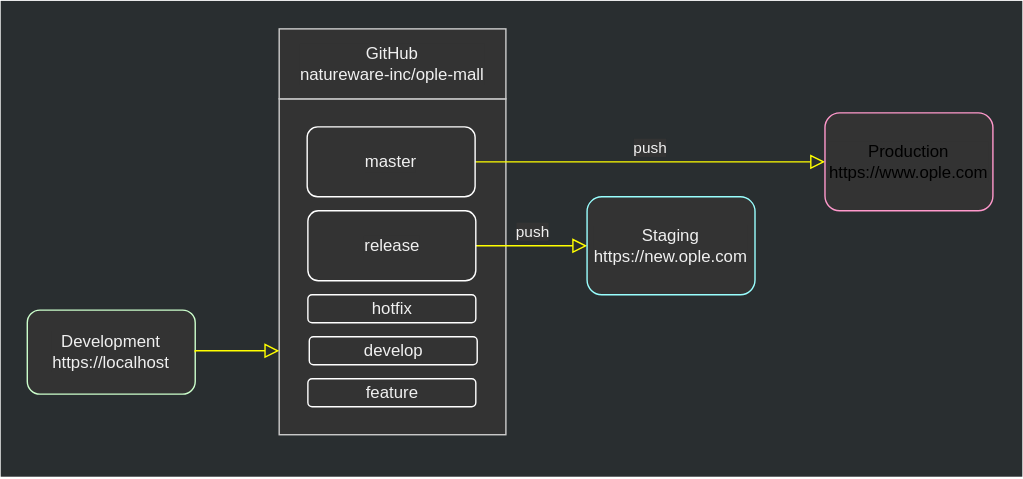
jiholee-ntwglobal/jiholee-ntwglobal.github.io keeps this draw.io diagram as assets/.draw.io/references/ople-git-flow.svg. Above is the earlier version. Source tidied: cells renumbered, new cells last; positions are measured from the earlier drawing's top-left corner, leaving out a move shared by most shapes.
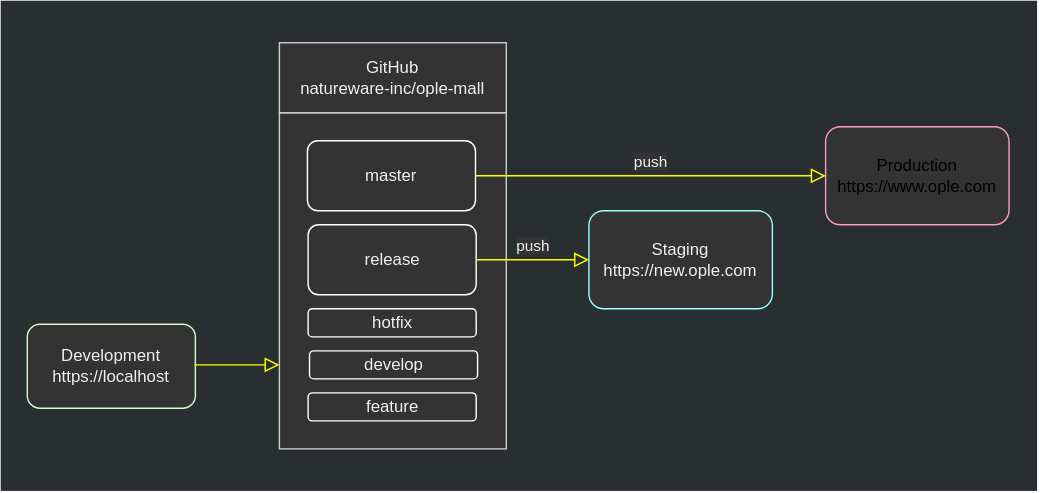
Later version of the same file.

What changed in the source:
```diff
@@ -2,8 +2,13 @@
   <root>
     <mxCell id="0" />
     <mxCell id="1" parent="0" />
+    <mxCell id="16" style="edgeStyle=orthogonalEdgeStyle;rounded=0;jettySize=auto;html=1;exitX=1;exitY=0.5;exitDx=0;exitDy=0;labelBackgroundColor=#333333;strokeColor=#FFFF00;fontColor=#F0F0F0;" parent="1" edge="1" source="2">
+      <mxGeometry relative="1" as="geometry">
+        <mxPoint x="730.3" y="170.2" as="targetPoint" />
+      </mxGeometry>
+    </mxCell>
     <mxCell id="2" style="rounded=0;whiteSpace=wrap;html=1;labelBackgroundColor=#333333;fontColor=#F0F0F0;strokeColor=none;fillColor=#292E30;" parent="1" vertex="1">
-      <mxGeometry width="730" height="340" as="geometry" />
+      <mxGeometry y="-10" width="740" height="350" as="geometry" />
     </mxCell>
     <mxCell id="3" style="rounded=0;whiteSpace=wrap;html=1;fontColor=#F0F0F0;labelBackgroundColor=#333333;fillColor=#333333;strokeColor=#CCCCCC;" parent="1" vertex="1">
       <mxGeometry x="199" y="70" width="162" height="240" as="geometry" />
@@ -12,13 +17,13 @@
       <mxGeometry y="10" relative="1" as="geometry" />
     </mxCell>
     <mxCell id="5" value="Staging&lt;br&gt;https://new.ople.com" style="rounded=1;whiteSpace=wrap;html=1;fontSize=12;glass=0;strokeWidth=1;shadow=0;fontColor=#F0F0F0;labelBackgroundColor=#333333;fillColor=#333333;strokeColor=#99FFFF;" parent="1" vertex="1">
-      <mxGeometry x="419" y="140" width="120" height="70" as="geometry" />
+      <mxGeometry x="420" y="140" width="131" height="70" as="geometry" />
     </mxCell>
     <mxCell id="6" value="push" style="edgeStyle=orthogonalEdgeStyle;rounded=0;html=1;jettySize=auto;fontSize=11;endArrow=block;endFill=0;endSize=8;strokeWidth=1;shadow=0;labelBackgroundColor=#333333;exitX=1;exitY=0.5;exitDx=0;exitDy=0;fontColor=#F0F0F0;strokeColor=#FFFF00;" parent="1" edge="1" source="9" target="7">
       <mxGeometry y="10" relative="1" as="geometry" />
     </mxCell>
     <mxCell id="7" value="Production&lt;br&gt;https://www.ople.com" style="rounded=1;whiteSpace=wrap;html=1;fontSize=12;glass=0;strokeWidth=1;shadow=0;labelBackgroundColor=#333333;fillColor=#333333;strokeColor=#FF99CC;" parent="1" vertex="1">
-      <mxGeometry x="589" y="80" width="120" height="70" as="geometry" />
+      <mxGeometry x="589" y="80" width="131" height="70" as="geometry" />
     </mxCell>
     <mxCell id="8" value="release" style="rounded=1;whiteSpace=wrap;html=1;fontSize=12;glass=0;strokeWidth=1;shadow=0;fontColor=#F0F0F0;labelBackgroundColor=#333333;fillColor=#333333;strokeColor=#FFFFFF;" parent="1" vertex="1">
       <mxGeometry x="219.5" y="150" width="120" height="50" as="geometry" />
```
